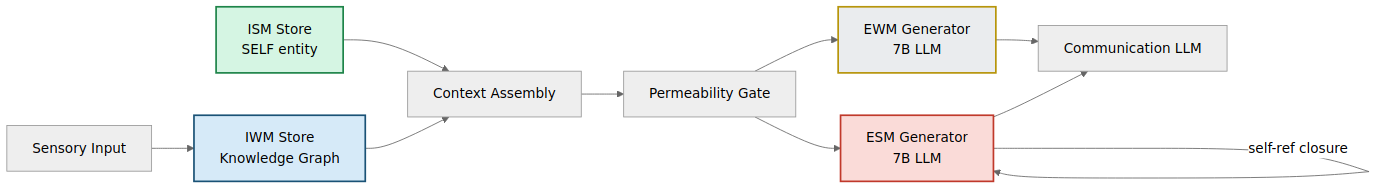
JeltzProstetnic/aIware keeps this Mermaid diagram as docs/engineering/designs/pdf/png/design-06-simple.png. Above is the earlier version. Its source is kept beside it as docs/engineering/designs/pdf/mmd/design-06-simple.mmd. Source of this version:
```mermaid
graph LR
    SENS[Sensory Input] --> IWM[IWM Store<br/>Knowledge Graph]
    ISM[ISM Store<br/>SELF entity] --> CTX[Context Assembly]
    IWM --> CTX
    CTX --> PERM[Permeability Gate]
    PERM --> EWM[EWM Generator<br/>7B LLM]
    PERM --> ESM[ESM Generator<br/>7B LLM]
    ESM -->|self-ref closure| ESM
    EWM --> COMM[Communication LLM]
    ESM --> COMM
    style IWM fill:#D6EAF8,stroke:#1A5276,stroke-width:2px
    style ISM fill:#D5F5E3,stroke:#1E8449,stroke-width:2px
    style EWM fill:#EAECEE,stroke:#B7950B,stroke-width:2px
    style ESM fill:#FADBD8,stroke:#C0392B,stroke-width:2px
```
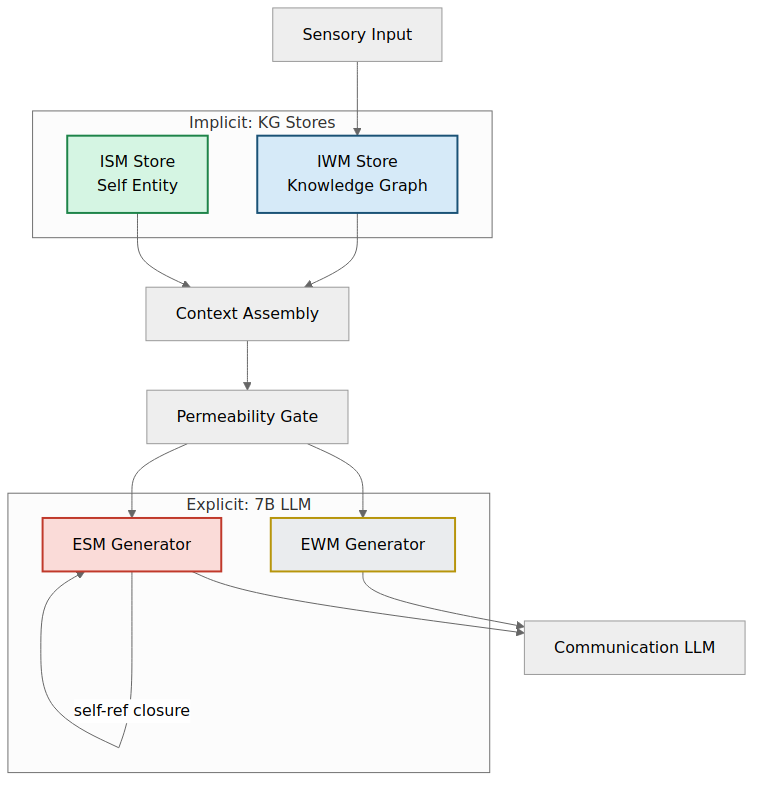
Above is the later version.

Diff of the diagram source:
```diff
@@ -1,10 +1,18 @@
-graph LR
-    SENS[Sensory Input] --> IWM[IWM Store<br/>Knowledge Graph]
-    ISM[ISM Store<br/>SELF entity] --> CTX[Context Assembly]
-    IWM --> CTX
-    CTX --> PERM[Permeability Gate]
-    PERM --> EWM[EWM Generator<br/>7B LLM]
-    PERM --> ESM[ESM Generator<br/>7B LLM]
+graph TD
+    SENS[Sensory Input] --> IWM
+    subgraph IMPL["Implicit: KG Stores"]
+        IWM["IWM Store<br/>Knowledge Graph"]
+        ISM["ISM Store<br/>Self Entity"]
+    end
+    IWM --> CTX["Context Assembly"]
+    ISM --> CTX
+    CTX --> PERM["Permeability Gate"]
+    PERM --> EWM
+    PERM --> ESM
+    subgraph EXPL["Explicit: 7B LLM"]
+        EWM["EWM Generator"]
+        ESM["ESM Generator"]
+    end
     ESM -->|self-ref closure| ESM
     EWM --> COMM[Communication LLM]
     ESM --> COMM
```
